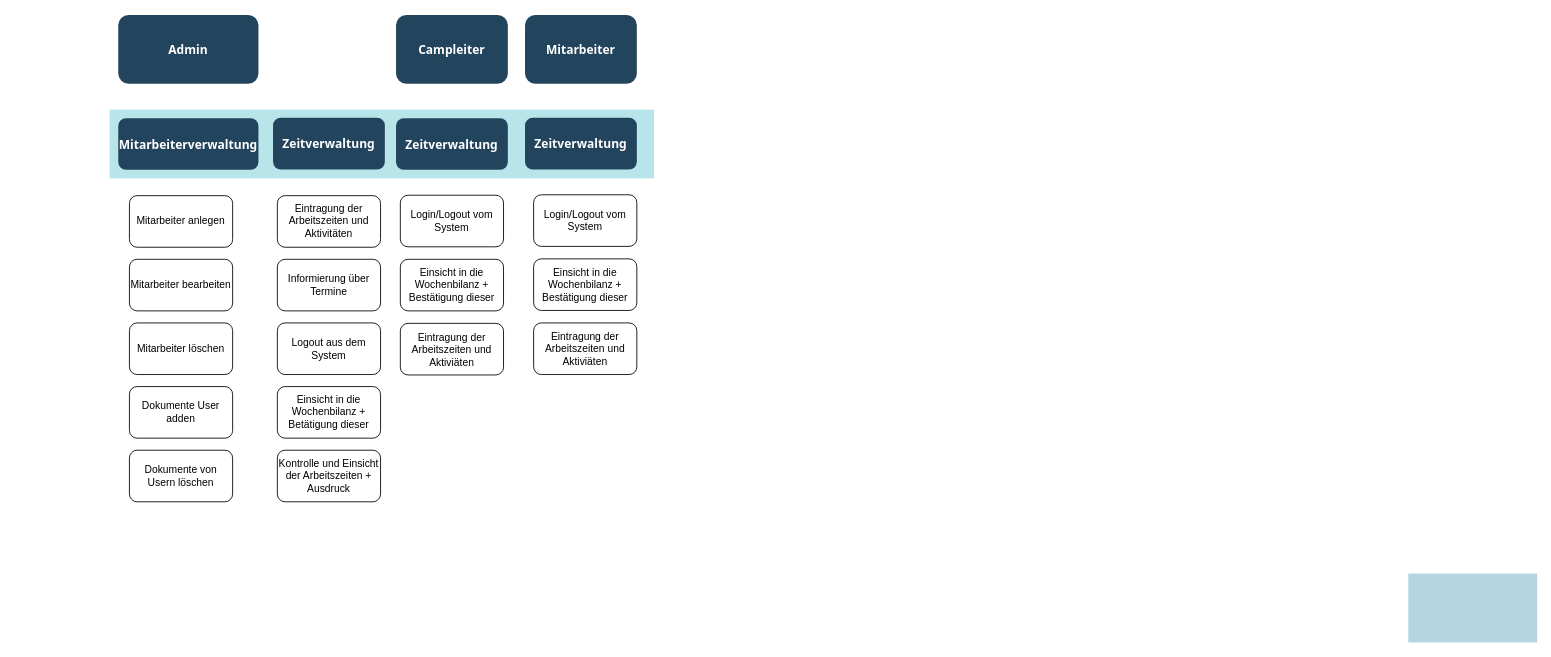
Above: Use Cases/User Story Map/User story map.drawio in EderRene/Arbeitszeitverwaltung_Sportcamp_Salcher (draw.io), before the change. Source tidied: cells renumbered, new cells numbered last; positions are measured from the earlier drawing's top-left corner, leaving out a move shared by most shapes. Both pictures are drawn from the tidied source at 86%, with x=0, y=0 at pixel (109, 15).
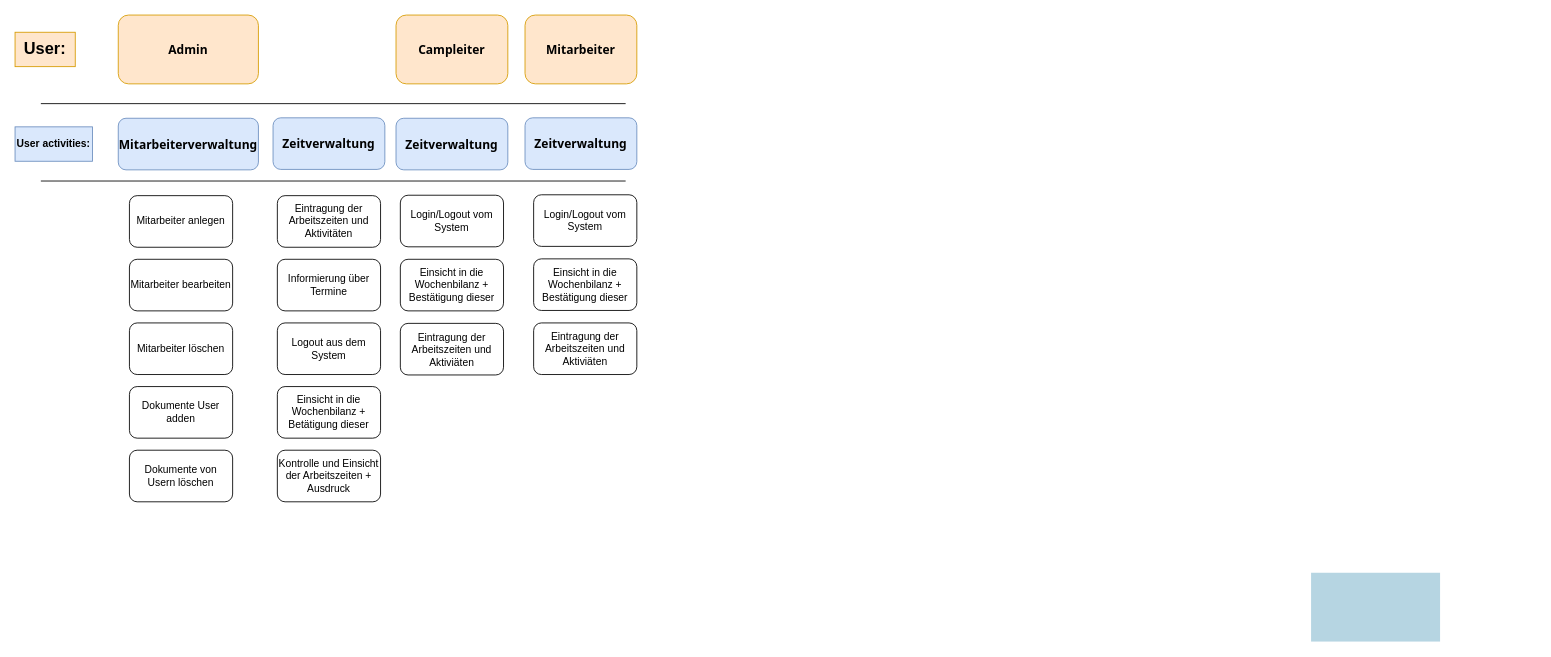
After the change.

Diff of the diagram source:
```diff
@@
     <mxCell id="2" style="fillColor=#10739E;strokeColor=none;opacity=30;" parent="1" vertex="1">
-      <mxGeometry x="1510" y="649.5" width="150" height="80" as="geometry" />
+      <mxGeometry x="1397" y="648.5" width="150" height="80" as="geometry" />
     </mxCell>
-    <mxCell id="3" style="fillColor=#12AAB5;strokeColor=none;opacity=30;" parent="1" vertex="1">
-      <mxGeometry y="110" width="633" height="80" as="geometry" />
-    </mxCell>
-    <mxCell id="4" value="Campleiter" style="rounded=1;fillColor=#23445D;gradientColor=none;strokeColor=none;fontColor=#FFFFFF;fontStyle=1;fontFamily=Tahoma;fontSize=14;" parent="1" vertex="1">
+    <mxCell id="4" value="Campleiter" style="rounded=1;fillColor=#ffe6cc;strokeColor=#d79b00;fontStyle=1;fontFamily=Tahoma;fontSize=14;" parent="1" vertex="1">
       <mxGeometry x="333" width="130" height="80" as="geometry" />
     </mxCell>
-    <mxCell id="5" value="Admin" style="rounded=1;fillColor=#23445D;gradientColor=none;strokeColor=none;fontColor=#FFFFFF;fontStyle=1;fontFamily=Tahoma;fontSize=14;" parent="1" vertex="1">
+    <mxCell id="5" value="Admin" style="rounded=1;fillColor=#ffe6cc;strokeColor=#d79b00;fontStyle=1;fontFamily=Tahoma;fontSize=14;" parent="1" vertex="1">
       <mxGeometry x="10" width="163" height="80" as="geometry" />
     </mxCell>
-    <mxCell id="6" value="Mitarbeiterverwaltung" style="rounded=1;fillColor=#23445D;gradientColor=none;strokeColor=none;fontColor=#FFFFFF;fontStyle=1;fontFamily=Tahoma;fontSize=14;" parent="1" vertex="1">
+    <mxCell id="6" value="Mitarbeiterverwaltung" style="rounded=1;fillColor=#dae8fc;strokeColor=#6c8ebf;fontStyle=1;fontFamily=Tahoma;fontSize=14;" parent="1" vertex="1">
       <mxGeometry x="10" y="120" width="163" height="60" as="geometry" />
     </mxCell>
-    <mxCell id="7" value="Zeitverwaltung" style="rounded=1;fillColor=#23445D;gradientColor=none;strokeColor=none;fontColor=#FFFFFF;fontStyle=1;fontFamily=Tahoma;fontSize=14;" parent="1" vertex="1">
+    <mxCell id="7" value="Zeitverwaltung" style="rounded=1;fillColor=#dae8fc;strokeColor=#6c8ebf;fontStyle=1;fontFamily=Tahoma;fontSize=14;" parent="1" vertex="1">
       <mxGeometry x="190" y="119.5" width="130" height="60" as="geometry" />
     </mxCell>
-    <mxCell id="8" value="Zeitverwaltung" style="rounded=1;fillColor=#23445D;gradientColor=none;strokeColor=none;fontColor=#FFFFFF;fontStyle=1;fontFamily=Tahoma;fontSize=14;" parent="1" vertex="1">
+    <mxCell id="8" value="Zeitverwaltung" style="rounded=1;fillColor=#dae8fc;strokeColor=#6c8ebf;fontStyle=1;fontFamily=Tahoma;fontSize=14;" parent="1" vertex="1">
       <mxGeometry x="333" y="120" width="130" height="60" as="geometry" />
     </mxCell>
@@
-    <mxCell id="22" value="Mitarbeiter" style="rounded=1;fillColor=#23445D;gradientColor=none;strokeColor=none;fontColor=#FFFFFF;fontStyle=1;fontFamily=Tahoma;fontSize=14;" parent="1" vertex="1">
+    <mxCell id="22" value="Mitarbeiter" style="rounded=1;fillColor=#ffe6cc;strokeColor=#d79b00;fontStyle=1;fontFamily=Tahoma;fontSize=14;" parent="1" vertex="1">
       <mxGeometry x="483" width="130" height="80" as="geometry" />
     </mxCell>
-    <mxCell id="23" value="Zeitverwaltung" style="rounded=1;fillColor=#23445D;gradientColor=none;strokeColor=none;fontColor=#FFFFFF;fontStyle=1;fontFamily=Tahoma;fontSize=14;" parent="1" vertex="1">
+    <mxCell id="23" value="Zeitverwaltung" style="rounded=1;fillColor=#dae8fc;strokeColor=#6c8ebf;fontStyle=1;fontFamily=Tahoma;fontSize=14;" parent="1" vertex="1">
       <mxGeometry x="483" y="119.5" width="130" height="60" as="geometry" />
     </mxCell>
@@
+    <mxCell id="27" value="&lt;b&gt;&lt;font style=&quot;font-size: 19px&quot;&gt;User:&lt;/font&gt;&lt;/b&gt;" style="text;html=1;strokeColor=#d79b00;fillColor=#ffe6cc;align=center;verticalAlign=middle;whiteSpace=wrap;rounded=0;" parent="1" vertex="1">
+      <mxGeometry x="-110" y="20" width="70" height="40" as="geometry" />
+    </mxCell>
+    <mxCell id="28" style="edgeStyle=orthogonalEdgeStyle;rounded=0;jettySize=auto;html=1;exitX=1;exitY=0.5;exitDx=0;exitDy=0;" parent="1" edge="1" source="29">
+      <mxGeometry relative="1" as="geometry">
+        <mxPoint x="-20" y="150" as="targetPoint" />
+      </mxGeometry>
+    </mxCell>
+    <mxCell id="29" value="&lt;b&gt;User activities:&lt;/b&gt;" style="text;html=1;strokeColor=#6c8ebf;fillColor=#dae8fc;align=center;verticalAlign=middle;whiteSpace=wrap;rounded=0;" parent="1" vertex="1">
+      <mxGeometry x="-110" y="130" width="90" height="40" as="geometry" />
+    </mxCell>
+    <mxCell id="30" style="endArrow=none;html=1;" parent="1" edge="1">
+      <mxGeometry relative="1" as="geometry">
+        <mxPoint x="-80" y="103" as="sourcePoint" />
+        <mxPoint x="600" y="103" as="targetPoint" />
+      </mxGeometry>
+    </mxCell>
+    <mxCell id="31" style="endArrow=none;html=1;" parent="1" edge="1">
+      <mxGeometry relative="1" as="geometry">
+        <mxPoint x="-80" y="193" as="sourcePoint" />
+        <mxPoint x="600" y="193" as="targetPoint" />
+      </mxGeometry>
+    </mxCell>
```
